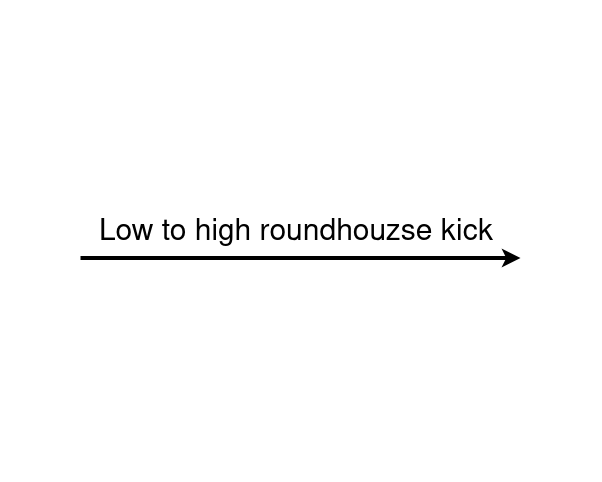
This is images/technique_mod/technique_arrow.png from arjunrs1/MoDiffAE, a draw.io export, as it was before one commit. Source tidied: cells renumbered, new cells last; positions are measured from the earlier drawing's top-left corner, leaving out a move shared by most shapes.
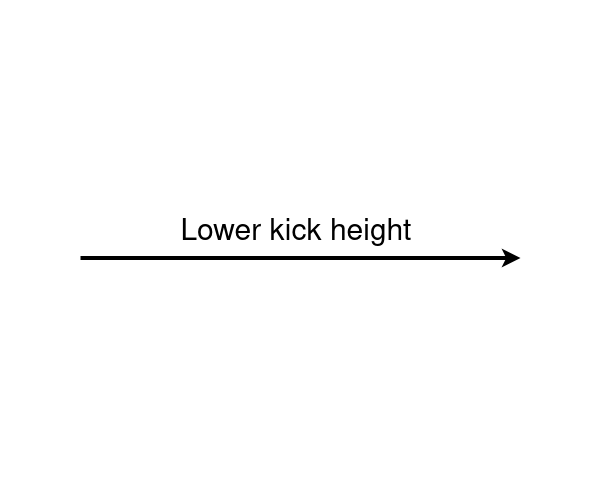
The same file after the commit.

Commit message:
changed arrow text

What changed in the source:
```diff
@@ -11,7 +11,7 @@
         <mxPoint x="520" y="257.5" as="targetPoint" />
       </mxGeometry>
     </mxCell>
-    <mxCell id="4" value="&lt;font style=&quot;font-size: 30px;&quot;&gt;Low to high roundhouzse kick&lt;br&gt;&lt;/font&gt;" style="text;html=1;strokeColor=none;fillColor=none;align=center;verticalAlign=middle;whiteSpace=wrap;rounded=0;" parent="1" vertex="1">
+    <mxCell id="4" value="&lt;font style=&quot;font-size: 30px;&quot;&gt;Lower kick height&lt;br&gt;&lt;/font&gt;" style="text;html=1;strokeColor=none;fillColor=none;align=center;verticalAlign=middle;whiteSpace=wrap;rounded=0;" parent="1" vertex="1">
       <mxGeometry x="96" y="217.5" width="400" height="30" as="geometry" />
     </mxCell>
   </root>
```
